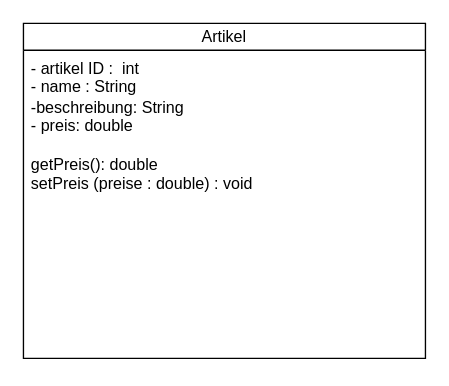
This is datenbank/uml-klassen2.drawio from gitout543G/marios-pizza, a draw.io file, before an edit. Source tidied: cells renumbered, new cells numbered last; positions are measured from the earlier drawing's top-left corner, leaving out a move shared by most shapes. Both pictures are drawn from the tidied source at 134%, with x=0, y=0 at pixel (23, 23).
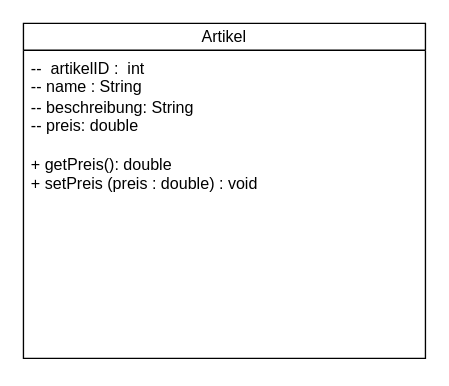
The same diagram, later.

Change to the diagram source:
```diff
@@
 <mxGraphModel>
   <root>
     <mxCell id="0" />
     <mxCell id="1" parent="0" />
     <mxCell id="2" value="Artikel" style="swimlane;fontStyle=0;horizontal=1;startSize=20;fillColor=none;whiteSpace=wrap;html=1;" parent="1" vertex="1">
       <mxGeometry width="300" height="250" as="geometry" />
     </mxCell>
-    <mxCell id="3" value="- artikel ID :&amp;nbsp; int&lt;div&gt;- name : String&lt;/div&gt;&lt;div&gt;-beschreibung: String&lt;/div&gt;&lt;div&gt;- preis: double&lt;/div&gt;&lt;div&gt;&lt;br&gt;&lt;/div&gt;&lt;div&gt;getPreis(): double&lt;/div&gt;&lt;div&gt;setPreis (preise : double) : void&lt;/div&gt;&lt;div&gt;&lt;br&gt;&lt;/div&gt;" style="text;strokeColor=none;fillColor=none;align=left;verticalAlign=top;spacingLeft=4;spacingRight=4;overflow=hidden;whiteSpace=wrap;html=1;" parent="2" vertex="1">
+    <mxCell id="3" value="--&amp;nbsp; artikelID :&amp;nbsp; int&lt;div&gt;-- name : String&lt;/div&gt;&lt;div&gt;-- beschreibung: String&lt;/div&gt;&lt;div&gt;-- preis: double&lt;/div&gt;&lt;div&gt;&lt;br&gt;&lt;/div&gt;&lt;div&gt;+ getPreis(): double&lt;/div&gt;&lt;div&gt;+ setPreis (preis : double) : void&lt;/div&gt;&lt;div&gt;&lt;br&gt;&lt;/div&gt;" style="text;strokeColor=none;fillColor=none;align=left;verticalAlign=top;spacingLeft=4;spacingRight=4;overflow=hidden;whiteSpace=wrap;html=1;" parent="2" vertex="1">
       <mxGeometry y="20" width="300" height="230" as="geometry" />
     </mxCell>
   </root>
 </mxGraphModel>
```
